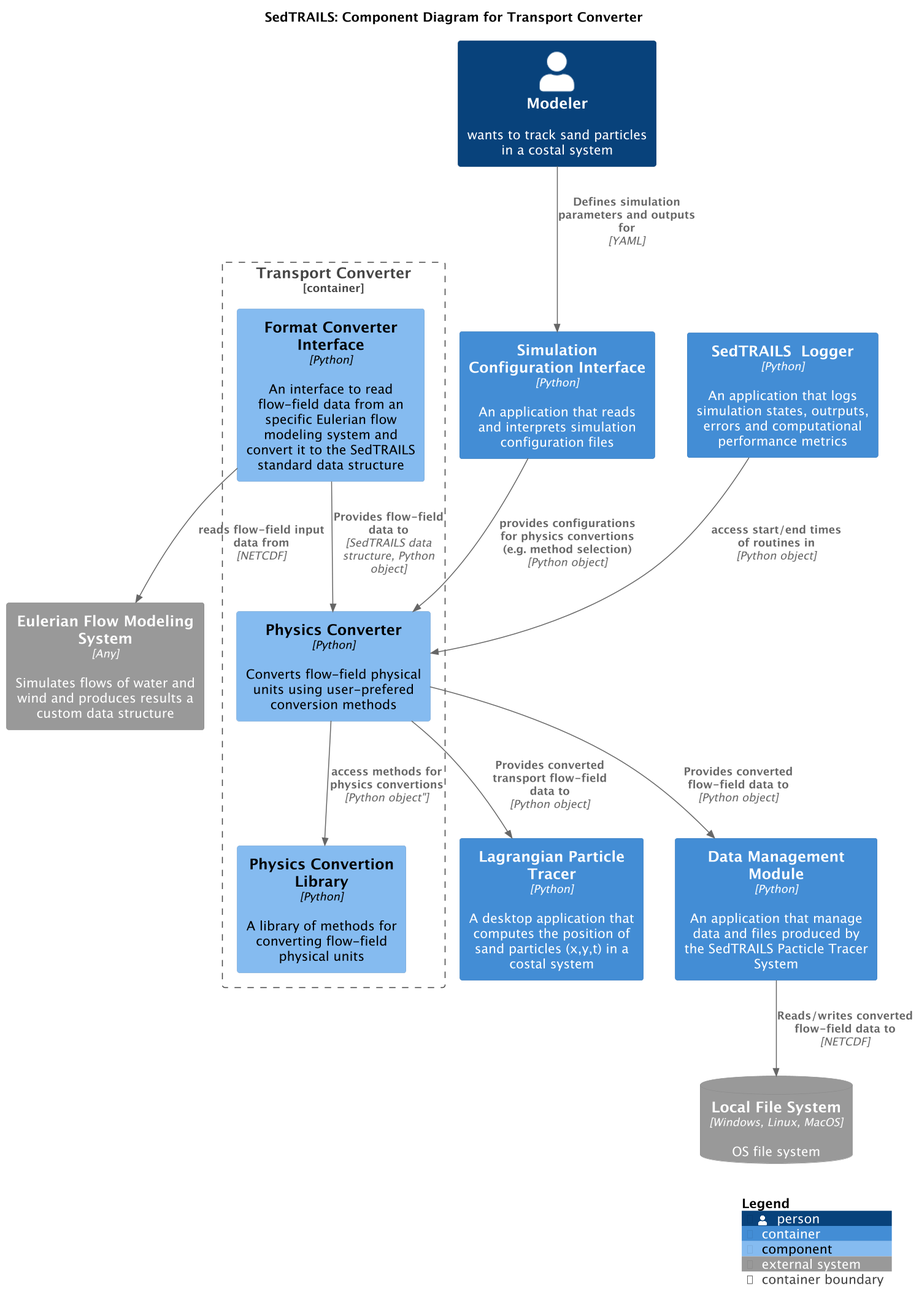
sgpearson17/sedtrails-sgp keeps this PlantUML diagram as docs/_static/img/architecture/SedtrailComponentsTransportConverter.png. Above is the earlier version.
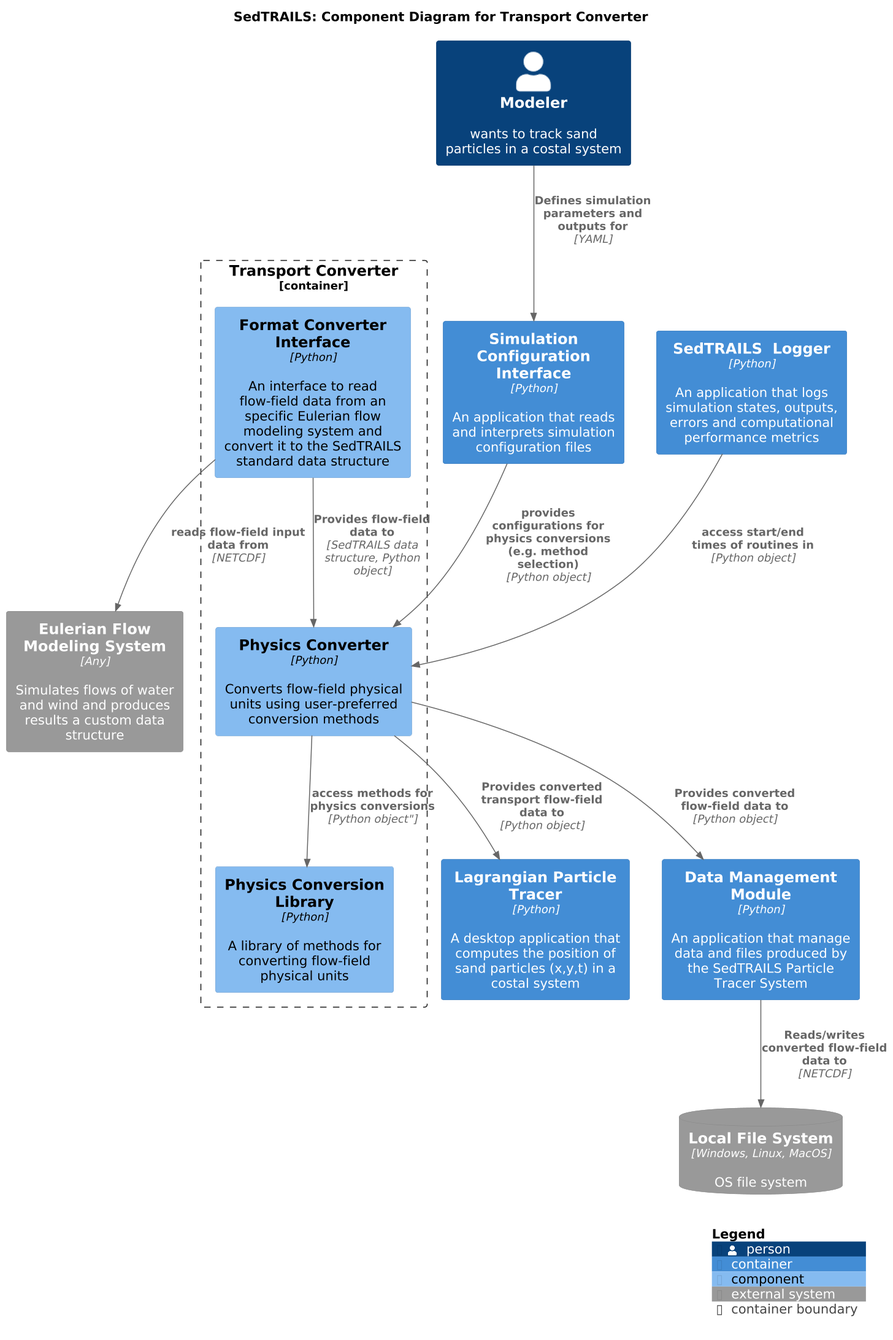
The same diagram one commit later.

Change to the diagram source:
```diff
@@ -12,22 +12,22 @@
 
     Component(formatConverter, "Format Converter Interface", "Python", "An interface to read flow-field data from an specific Eulerian flow modeling system and convert it to the SedTRAILS standard data structure")
 
-    Component(physicsConverter, "Physics Converter", "Python", "Converts flow-field physical units using user-prefered conversion methods")
+    Component(physicsConverter, "Physics Converter", "Python", "Converts flow-field physical units using user-preferred conversion methods")
 
-    Component(physicsLibrary, "Physics Convertion Library", "Python", "A library of methods for converting flow-field physical units")
+    Component(physicsLibrary, "Physics Conversion Library", "Python", "A library of methods for converting flow-field physical units")
 
-    Rel(physicsConverter, physicsLibrary, "access methods for physics convertions", Python object")
+    Rel(physicsConverter, physicsLibrary, "access methods for physics conversions", Python object")
 
     Rel(formatConverter, physicsConverter, "Provides flow-field data to", "SedTRAILS data structure, Python object")
     Rel(modeler, configInterface, "Defines simulation parameters and outputs for", "YAML")
-    Rel(configInterface, physicsConverter, "provides configurations for physics convertions (e.g. method selection)", "Python object")
+    Rel(configInterface, physicsConverter, "provides configurations for physics conversions (e.g. method selection)", "Python object")
 }
 
-Container(sedtrailsLogger, "SedTRAILS  Logger", "Python", "An application that logs simulation states, outrputs, errors and computational performance metrics")
+Container(sedtrailsLogger, "SedTRAILS  Logger", "Python", "An application that logs simulation states, outputs, errors and computational performance metrics")
 
 Container(particleTracer, "Lagrangian Particle Tracer", "Python", "A desktop application that computes the position of sand particles (x,y,t) in a costal system")
 
-Container(dataManager, "Data Management Module", "Python", "An application that manage data and files produced by the SedTRAILS Pacticle Tracer System")
+Container(dataManager, "Data Management Module", "Python", "An application that manage data and files produced by the SedTRAILS Particle Tracer System")
 
 System_Ext(flowSystem, "Eulerian Flow Modeling System", "Simulates flows of water and wind and produces results a custom data structure", $type="Any")
 SystemDb_Ext(fileSystem, "Local File System", "OS file system", $type="Windows, Linux, MacOS")
@@ -38,7 +38,7 @@
 Rel(physicsConverter, particleTracer, "Provides converted transport flow-field data to", "Python object")
 Rel(dataManager, fileSystem, "Reads/writes converted flow-field data to", "NETCDF")
 
-Rel( formatConverter, flowSystem, "reads flow-field input data from", "NETCDF")
+Rel(formatConverter, flowSystem, "reads flow-field input data from", "NETCDF")
 
 SHOW_LEGEND()
 @enduml
```
